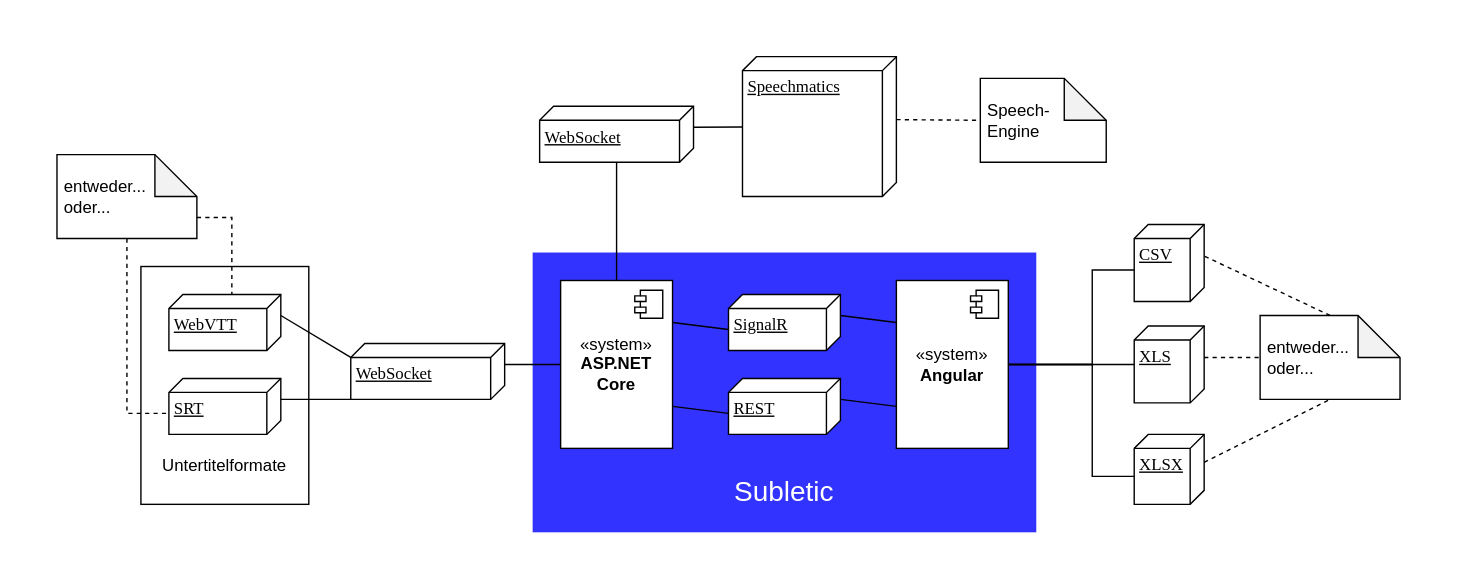
Above: TechnicalDocumentation/arc42/img/TechnischerKontext.drawio.svg in Subletic/Documentation (draw.io), before the change. Source tidied: cells renumbered, new cells last; positions are measured from the earlier drawing's top-left corner, leaving out a move shared by most shapes.
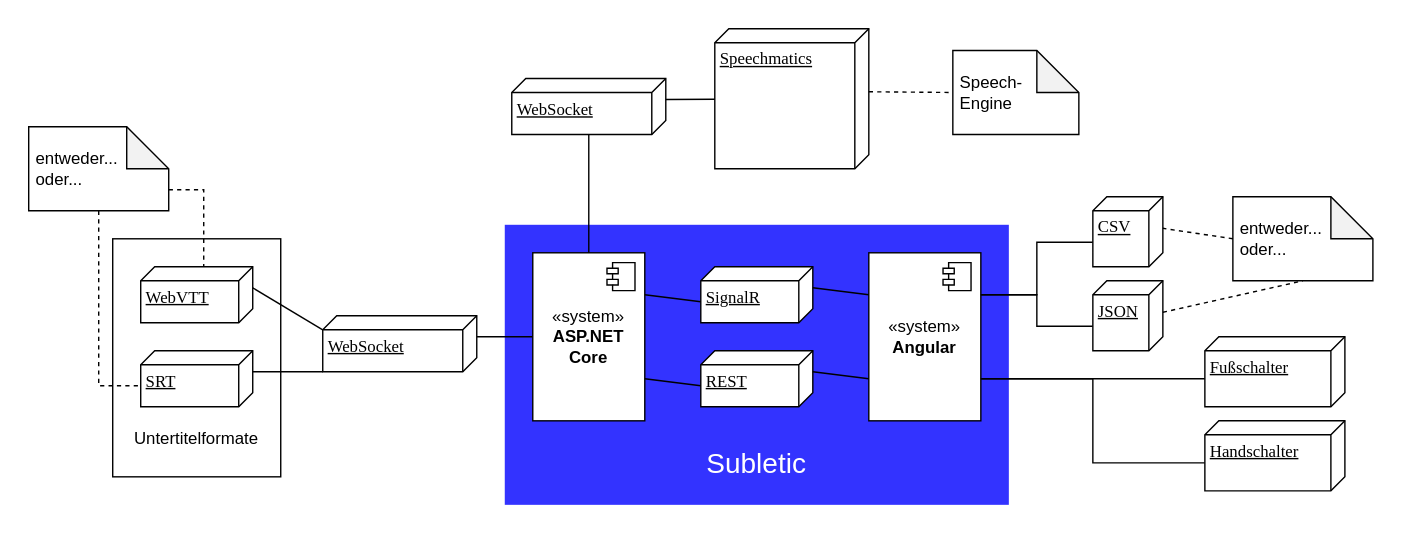
The same file after the commit.

Diff of the diagram source:
```diff
@@ -3,7 +3,7 @@
     <mxCell id="0" />
     <mxCell id="1" parent="0" />
     <mxCell id="2" style="rounded=0;whiteSpace=wrap;html=1;strokeColor=#FFFFFF;" parent="1" vertex="1">
-      <mxGeometry width="1040" height="400" as="geometry" />
+      <mxGeometry x="20" y="20" width="1000" height="380" as="geometry" />
     </mxCell>
     <mxCell id="3" style="rounded=0;whiteSpace=wrap;html=1;fillColor=#3333FF;strokeColor=none;fontColor=#ffffff;" parent="1" vertex="1">
       <mxGeometry x="380" y="180" width="360" height="200" as="geometry" />
@@ -90,51 +90,46 @@
     <mxCell id="29" style="rounded=0;jettySize=auto;html=1;endArrow=none;endFill=0;entryX=0;entryY=0;entryDx=15;entryDy=0;entryPerimeter=0;" parent="1" edge="1" source="9" target="28">
       <mxGeometry relative="1" as="geometry" />
     </mxCell>
+    <mxCell id="35" style="edgeStyle=orthogonalEdgeStyle;rounded=0;jettySize=auto;html=1;exitX=0;exitY=0;exitDx=32.5;exitDy=50;exitPerimeter=0;entryX=1;entryY=0.25;entryDx=0;entryDy=0;endArrow=none;endFill=0;" parent="1" edge="1" source="31" target="12">
+      <mxGeometry relative="1" as="geometry" />
+    </mxCell>
+    <mxCell id="31" value="CSV" style="verticalAlign=top;align=left;spacingTop=8;spacingLeft=2;spacingRight=12;shape=cube;size=10;direction=south;fontStyle=4;html=1;rounded=0;shadow=0;comic=0;labelBackgroundColor=none;strokeWidth=1;fontFamily=Verdana;fontSize=12;" parent="1" vertex="1">
+      <mxGeometry x="800" y="160" width="50" height="50" as="geometry" />
+    </mxCell>
-    <mxCell id="30" style="edgeStyle=orthogonalEdgeStyle;rounded=0;jettySize=auto;html=1;exitX=0;exitY=0;exitDx=27.5;exitDy=50;exitPerimeter=0;endArrow=none;endFill=0;" parent="1" edge="1" source="32" target="12">
+    <mxCell id="30" style="edgeStyle=orthogonalEdgeStyle;rounded=0;jettySize=auto;html=1;exitX=0;exitY=0;exitDx=32.5;exitDy=50;exitPerimeter=0;entryX=1;entryY=0.25;entryDx=0;entryDy=0;endArrow=none;endFill=0;" parent="1" edge="1" source="32" target="12">
       <mxGeometry relative="1" as="geometry" />
     </mxCell>
-    <mxCell id="31" value="CSV" style="verticalAlign=top;align=left;spacingTop=8;spacingLeft=2;spacingRight=12;shape=cube;size=10;direction=south;fontStyle=4;html=1;rounded=0;shadow=0;comic=0;labelBackgroundColor=none;strokeWidth=1;fontFamily=Verdana;fontSize=12;" parent="1" vertex="1">
-      <mxGeometry x="810" y="160" width="50" height="55" as="geometry" />
-    </mxCell>
-    <mxCell id="32" value="XLS" style="verticalAlign=top;align=left;spacingTop=8;spacingLeft=2;spacingRight=12;shape=cube;size=10;direction=south;fontStyle=4;html=1;rounded=0;shadow=0;comic=0;labelBackgroundColor=none;strokeWidth=1;fontFamily=Verdana;fontSize=12;" parent="1" vertex="1">
-      <mxGeometry x="810" y="232.5" width="50" height="55" as="geometry" />
+    <mxCell id="32" value="JSON" style="verticalAlign=top;align=left;spacingTop=8;spacingLeft=2;spacingRight=12;shape=cube;size=10;direction=south;fontStyle=4;html=1;rounded=0;shadow=0;comic=0;labelBackgroundColor=none;strokeWidth=1;fontFamily=Verdana;fontSize=12;" parent="1" vertex="1">
+      <mxGeometry x="800" y="220" width="50" height="50" as="geometry" />
     </mxCell>
-    <mxCell id="33" style="edgeStyle=orthogonalEdgeStyle;rounded=0;jettySize=auto;html=1;entryX=1;entryY=0.5;entryDx=0;entryDy=0;exitX=0;exitY=0;exitDx=30;exitDy=50;exitPerimeter=0;endArrow=none;endFill=0;" parent="1" edge="1" source="34" target="12">
-      <mxGeometry relative="1" as="geometry">
-        <Array as="points">
-          <mxPoint x="780" y="340" />
-          <mxPoint x="780" y="260" />
-        </Array>
-      </mxGeometry>
-    </mxCell>
-    <mxCell id="34" value="XLSX" style="verticalAlign=top;align=left;spacingTop=8;spacingLeft=2;spacingRight=12;shape=cube;size=10;direction=south;fontStyle=4;html=1;rounded=0;shadow=0;comic=0;labelBackgroundColor=none;strokeWidth=1;fontFamily=Verdana;fontSize=12;" parent="1" vertex="1">
-      <mxGeometry x="810" y="310" width="50" height="50" as="geometry" />
-    </mxCell>
-    <mxCell id="35" style="edgeStyle=orthogonalEdgeStyle;rounded=0;jettySize=auto;html=1;exitX=0;exitY=0;exitDx=32.5;exitDy=50;exitPerimeter=0;endArrow=none;endFill=0;entryX=1;entryY=0.5;entryDx=0;entryDy=0;" parent="1" edge="1" source="31" target="12">
-      <mxGeometry relative="1" as="geometry">
-        <Array as="points">
-          <mxPoint x="780" y="193" />
-          <mxPoint x="780" y="260" />
-        </Array>
-      </mxGeometry>
-    </mxCell>
     <mxCell id="36" value="WebSocket" style="verticalAlign=top;align=left;spacingTop=8;spacingLeft=2;spacingRight=12;shape=cube;size=10;direction=south;fontStyle=4;html=1;rounded=0;shadow=0;comic=0;labelBackgroundColor=none;strokeWidth=1;fontFamily=Verdana;fontSize=12;" parent="1" vertex="1">
       <mxGeometry x="250" y="245" width="110" height="40" as="geometry" />
     </mxCell>
     <mxCell id="37" value="&lt;div&gt;&amp;nbsp;entweder...&lt;/div&gt;&lt;div&gt;&amp;nbsp;oder...&lt;br&gt;&lt;/div&gt;" style="shape=note;whiteSpace=wrap;html=1;backgroundOutline=1;darkOpacity=0.05;align=left;" parent="1" vertex="1">
-      <mxGeometry x="900" y="225" width="100" height="60" as="geometry" />
+      <mxGeometry x="900" y="160" width="100" height="60" as="geometry" />
     </mxCell>
-    <mxCell id="38" style="rounded=0;jettySize=auto;html=1;entryX=0;entryY=0;entryDx=22.5;entryDy=0;entryPerimeter=0;endArrow=none;endFill=0;dashed=1;exitX=0.5;exitY=0;exitDx=0;exitDy=0;exitPerimeter=0;" parent="1" edge="1" source="37" target="31">
+    <mxCell id="38" style="rounded=0;jettySize=auto;html=1;entryX=0;entryY=0;entryDx=22.5;entryDy=0;entryPerimeter=0;endArrow=none;endFill=0;dashed=1;exitX=0;exitY=0.5;exitDx=0;exitDy=0;exitPerimeter=0;" parent="1" edge="1" source="37" target="31">
       <mxGeometry relative="1" as="geometry" />
     </mxCell>
-    <mxCell id="39" style="rounded=0;jettySize=auto;html=1;entryX=0;entryY=0.5;entryDx=0;entryDy=0;entryPerimeter=0;endArrow=none;endFill=0;dashed=1;exitX=0;exitY=0;exitDx=22.5;exitDy=0;exitPerimeter=0;" parent="1" edge="1" source="32" target="37">
+    <mxCell id="39" style="rounded=0;jettySize=auto;html=1;entryX=0.5;entryY=1;entryDx=0;entryDy=0;entryPerimeter=0;endArrow=none;endFill=0;dashed=1;exitX=0;exitY=0;exitDx=22.5;exitDy=0;exitPerimeter=0;" parent="1" edge="1" source="32" target="37">
       <mxGeometry relative="1" as="geometry" />
     </mxCell>
-    <mxCell id="40" style="rounded=0;jettySize=auto;html=1;entryX=0.5;entryY=1;entryDx=0;entryDy=0;entryPerimeter=0;endArrow=none;endFill=0;dashed=1;exitX=0;exitY=0;exitDx=20;exitDy=0;exitPerimeter=0;" parent="1" edge="1" source="34" target="37">
-      <mxGeometry relative="1" as="geometry" />
-    </mxCell>
     <mxCell id="41" value="Subletic" style="text;html=1;strokeColor=none;fillColor=none;align=center;verticalAlign=middle;whiteSpace=wrap;rounded=0;fontSize=20;fontColor=#FFFFFF;" parent="1" vertex="1">
       <mxGeometry x="531.8" y="336.5" width="56.5" height="26.1" as="geometry" />
     </mxCell>
+    <mxCell id="42" style="edgeStyle=orthogonalEdgeStyle;rounded=0;jettySize=auto;html=1;exitX=0;exitY=0;exitDx=30;exitDy=100;exitPerimeter=0;entryX=1;entryY=0.75;entryDx=0;entryDy=0;endArrow=none;endFill=0;" parent="1" edge="1" source="43" target="12">
+      <mxGeometry relative="1" as="geometry" />
+    </mxCell>
+    <mxCell id="43" value="Handschalter" style="verticalAlign=top;align=left;spacingTop=8;spacingLeft=2;spacingRight=12;shape=cube;size=10;direction=south;fontStyle=4;html=1;rounded=0;shadow=0;comic=0;labelBackgroundColor=none;strokeWidth=1;fontFamily=Verdana;fontSize=12;" parent="1" vertex="1">
+      <mxGeometry x="880" y="320" width="100" height="50" as="geometry" />
+    </mxCell>
+    <mxCell id="44" style="edgeStyle=orthogonalEdgeStyle;rounded=0;jettySize=auto;html=1;exitX=0;exitY=0;exitDx=30;exitDy=100;exitPerimeter=0;endArrow=none;endFill=0;" parent="1" edge="1" source="45">
+      <mxGeometry relative="1" as="geometry">
+        <mxPoint x="720" y="290" as="targetPoint" />
+      </mxGeometry>
+    </mxCell>
+    <mxCell id="45" value="Fußschalter" style="verticalAlign=top;align=left;spacingTop=8;spacingLeft=2;spacingRight=12;shape=cube;size=10;direction=south;fontStyle=4;html=1;rounded=0;shadow=0;comic=0;labelBackgroundColor=none;strokeWidth=1;fontFamily=Verdana;fontSize=12;" parent="1" vertex="1">
+      <mxGeometry x="880" y="260" width="100" height="50" as="geometry" />
+    </mxCell>
   </root>
 </mxGraphModel>
```
